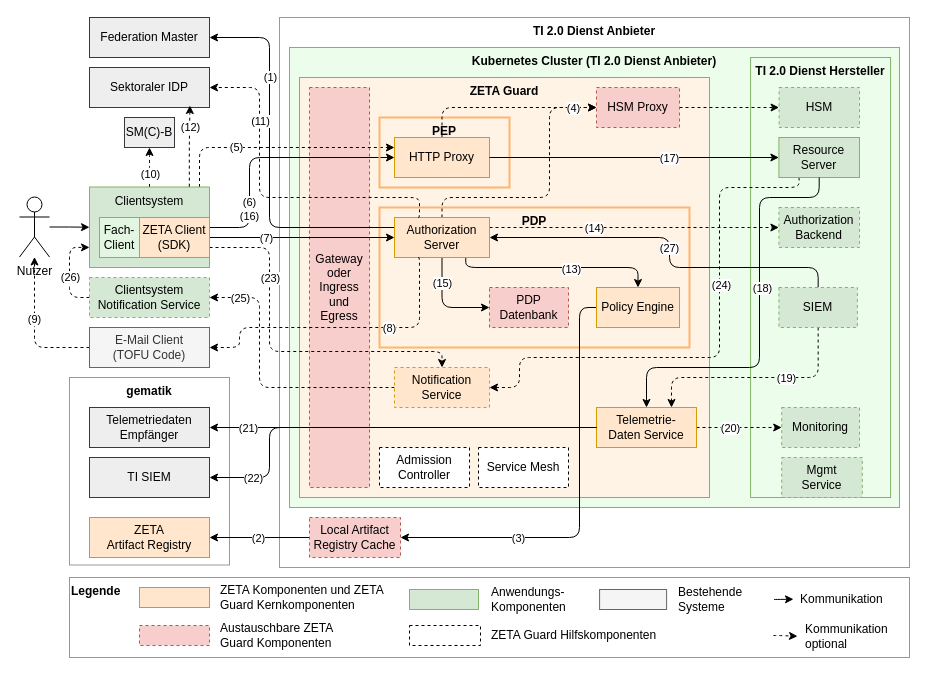
This is src/drawio/Zero-Trust-Architektur.drawio from gematik/zeta, a draw.io file, before an edit. Source tidied: cells renumbered, new cells numbered last; positions are measured from the earlier drawing's top-left corner, leaving out a move shared by most shapes. Both pictures are drawn from the tidied source at 100%, with x=0, y=0 at pixel (19, 17).
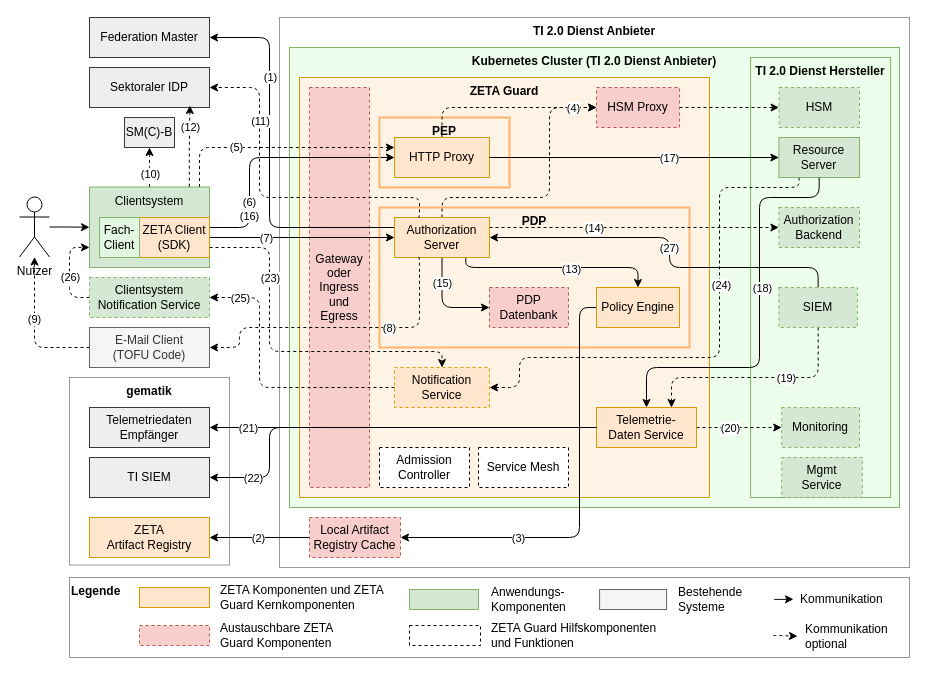
After the change.

Commit message:
Updated "ZETA Guard Hilfskomponenten" label to include "und Funktionen" and adjusted the diagram's internal dx value.

The edit, as a diff of the source:
```diff
@@
-    <mxCell id="95" value="&lt;div&gt;ZETA Guard Hilfskomponenten&lt;/div&gt;" style="text;html=1;align=left;verticalAlign=middle;whiteSpace=wrap;rounded=0;" parent="1" vertex="1">
+    <mxCell id="95" value="&lt;div&gt;ZETA Guard Hilfskomponenten und Funktionen&lt;/div&gt;" style="text;html=1;align=left;verticalAlign=middle;whiteSpace=wrap;rounded=0;" parent="1" vertex="1">
       <mxGeometry x="470" y="608" width="180" height="20" as="geometry" />
     </mxCell>
```
